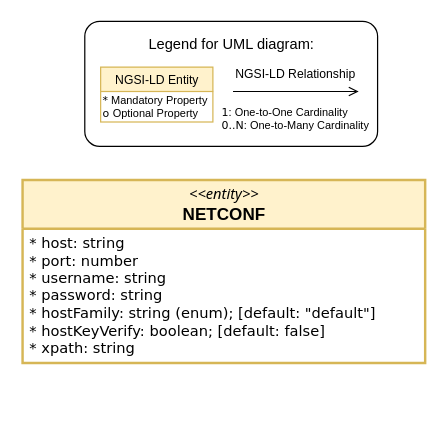
The draw.io diagram page "schema-netconf-client-virtualization" (4 of 33) of ngsi-ld/information-models/netconf-controller-information-models-and-data-integration-workflows.drawio in giros-dit/yang-to-ngsi-ld, before the edit. Source tidied: cells renumbered, new cells numbered last; positions are measured from the earlier drawing's top-left corner, leaving out a move shared by most shapes. Both pictures are drawn from the tidied source at 122%, with x=0, y=0 at pixel (22, 21).
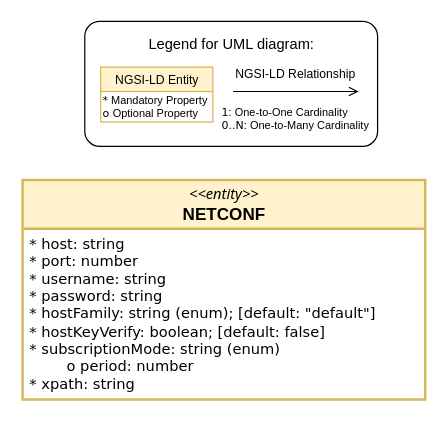
The same page after the edit.

The edit, as a diff of the source:
```diff
@@
 <mxGraphModel>
   <root>
     <mxCell id="0" />
     <mxCell id="1" parent="0" />
     <mxCell id="2" value="&lt;font style=&quot;font-size: 12px;&quot; face=&quot;Tahoma&quot;&gt;&amp;lt;&amp;lt;entity&amp;gt;&amp;gt;&lt;/font&gt;&lt;br&gt;&lt;span style=&quot;font-style: normal;&quot;&gt;&lt;b&gt;NETCONF&lt;/b&gt;&lt;/span&gt;" style="swimlane;horizontal=1;startSize=40;rounded=0;fontSize=14;fontStyle=2;strokeWidth=2;shadow=0;dashed=0;align=center;fillColor=#fff2cc;strokeColor=#d6b656;spacingBottom=2;arcSize=19;fixDash=0;backgroundOutline=0;enumerate=0;noLabel=0;html=1;" parent="1" vertex="1">
-      <mxGeometry y="130" width="330" height="150" as="geometry" />
+      <mxGeometry y="130" width="330" height="180" as="geometry" />
     </mxCell>
-    <mxCell id="3" value="* host: string&amp;nbsp;&lt;div&gt;* port: number&lt;/div&gt;&lt;div&gt;* username: string&amp;nbsp;&lt;/div&gt;&lt;div&gt;* password: string&amp;nbsp;&lt;/div&gt;&lt;div&gt;&lt;span style=&quot;background-color: initial;&quot;&gt;* hostFamily: string (enum); [default: &quot;default&quot;]&lt;/span&gt;&lt;br&gt;&lt;/div&gt;&lt;div&gt;&lt;div&gt;* hostKeyVerify: boolean; [default: false]&lt;/div&gt;&lt;/div&gt;&lt;div&gt;&lt;div&gt;* xpath: string&lt;/div&gt;&lt;div&gt;&lt;div&gt;&lt;/div&gt;&lt;/div&gt;&lt;/div&gt;" style="align=left;strokeColor=none;fillColor=none;spacingLeft=4;fontSize=12;verticalAlign=middle;spacingBottom=0;html=1;fontFamily=Verdana;spacing=2;horizontal=1;" parent="2" vertex="1">
-      <mxGeometry y="40" width="330" height="110" as="geometry" />
+    <mxCell id="3" value="* host: string&amp;nbsp;&lt;div&gt;* port: number&lt;/div&gt;&lt;div&gt;* username: string&amp;nbsp;&lt;/div&gt;&lt;div&gt;* password: string&amp;nbsp;&lt;/div&gt;&lt;div&gt;&lt;span style=&quot;background-color: initial;&quot;&gt;* hostFamily: string (enum); [default: &quot;default&quot;]&lt;/span&gt;&lt;br&gt;&lt;/div&gt;&lt;div&gt;&lt;div&gt;* hostKeyVerify: boolean; [default: false]&lt;/div&gt;&lt;/div&gt;&lt;div&gt;&lt;div&gt;&lt;span style=&quot;background-color: initial;&quot;&gt;* subscriptionMode: string (enum)&lt;/span&gt;&lt;/div&gt;&lt;div&gt;&lt;span style=&quot;background-color: initial;&quot;&gt;&lt;span style=&quot;white-space: pre;&quot;&gt;&#9;&lt;/span&gt;o period: number&lt;/span&gt;&lt;/div&gt;&lt;/div&gt;&lt;div&gt;&lt;div&gt;* xpath: string&lt;/div&gt;&lt;div&gt;&lt;div&gt;&lt;/div&gt;&lt;/div&gt;&lt;/div&gt;" style="align=left;strokeColor=none;fillColor=none;spacingLeft=4;fontSize=12;verticalAlign=middle;spacingBottom=0;html=1;fontFamily=Verdana;spacing=2;horizontal=1;" parent="2" vertex="1">
+      <mxGeometry y="40" width="330" height="140" as="geometry" />
     </mxCell>
     <mxCell id="4" style="rounded=1;whiteSpace=wrap;html=1;arcSize=12;" parent="1" vertex="1">
       <mxGeometry x="51" width="240" height="102.5" as="geometry" />
     </mxCell>
     <mxCell id="5" value="Legend for UML diagram:" style="text;html=1;align=center;verticalAlign=middle;whiteSpace=wrap;rounded=0;" parent="1" vertex="1">
       <mxGeometry x="93.5" y="4" width="155" height="30" as="geometry" />
     </mxCell>
     <mxCell id="6" value="&lt;font style=&quot;font-size: 10px;&quot;&gt;NGSI-LD Entity&lt;/font&gt;" style="swimlane;horizontal=1;startSize=38;rounded=0;fontSize=14;fontStyle=0;strokeWidth=1;shadow=0;dashed=0;align=center;fillColor=#fff2cc;strokeColor=#d6b656;spacingBottom=2;arcSize=19;fixDash=0;backgroundOutline=0;enumerate=0;noLabel=0;html=1;" parent="1" vertex="1">
       <mxGeometry x="64" y="37.5" width="92" height="20" as="geometry" />
     </mxCell>
     <mxCell id="7" value="&lt;div style=&quot;font-size: 11px;&quot;&gt;&lt;br&gt;&lt;/div&gt;" style="align=left;strokeColor=#d6b656;fillColor=#FFFFFF;spacingLeft=4;fontSize=12;verticalAlign=top;spacingBottom=0;html=1;fontFamily=Verdana;spacing=2;horizontal=1;" parent="1" vertex="1">
       <mxGeometry x="64" y="57.5" width="92" height="25" as="geometry" />
     </mxCell>
     <mxCell id="8" value="&lt;div style=&quot;text-align: left; font-size: 9px;&quot;&gt;&lt;font style=&quot;font-size: 9px;&quot;&gt;&lt;span style=&quot;background-color: initial; text-wrap: nowrap; font-family: Verdana;&quot;&gt;*&lt;/span&gt;&lt;span style=&quot;background-color: initial;&quot;&gt;&amp;nbsp;Mandatory Property&lt;/span&gt;&lt;/font&gt;&lt;/div&gt;&lt;div style=&quot;text-align: left; font-size: 9px;&quot;&gt;&lt;font style=&quot;font-size: 9px;&quot;&gt;&lt;span style=&quot;font-family: Verdana; text-wrap: nowrap; background-color: initial;&quot;&gt;&lt;font style=&quot;font-size: 9px;&quot;&gt;o&amp;nbsp;&lt;/font&gt;&lt;/span&gt;&lt;span style=&quot;background-color: initial;&quot;&gt;Optional Property&lt;/span&gt;&lt;/font&gt;&lt;br style=&quot;font-family: Verdana; text-align: left; text-wrap: nowrap; font-size: 5px;&quot;&gt;&lt;/div&gt;" style="text;html=1;align=center;verticalAlign=middle;whiteSpace=wrap;rounded=0;fontSize=5;" parent="1" vertex="1">
       <mxGeometry x="64" y="64.5" width="90" height="10" as="geometry" />
     </mxCell>
     <mxCell id="9" value="&lt;div style=&quot;text-align: left;&quot;&gt;&lt;span style=&quot;text-wrap: nowrap;&quot;&gt;&lt;font style=&quot;font-size: 10px;&quot; face=&quot;Helvetica&quot;&gt;NGSI-LD Relationship&lt;/font&gt;&lt;/span&gt;&lt;/div&gt;" style="text;html=1;align=center;verticalAlign=middle;whiteSpace=wrap;rounded=0;fontSize=5;" parent="1" vertex="1">
       <mxGeometry x="179" y="37.5" width="90" height="10" as="geometry" />
     </mxCell>
     <mxCell id="10" value="&lt;div style=&quot;text-align: left; font-size: 9px;&quot;&gt;&lt;font style=&quot;font-size: 9px;&quot;&gt;&lt;span style=&quot;background-color: initial;&quot;&gt;&lt;span style=&quot;text-wrap: nowrap;&quot;&gt;&lt;font style=&quot;font-size: 9px;&quot; face=&quot;Verdana&quot;&gt;1&lt;/font&gt;:&amp;nbsp;&lt;/span&gt;One-to-One Cardinality&lt;/span&gt;&lt;/font&gt;&lt;/div&gt;&lt;div style=&quot;text-align: left; font-size: 9px;&quot;&gt;&lt;font style=&quot;font-size: 9px;&quot;&gt;&lt;span style=&quot;text-wrap: nowrap; background-color: initial;&quot;&gt;&lt;font style=&quot;font-size: 9px;&quot;&gt;&lt;font style=&quot;font-size: 9px;&quot; face=&quot;Verdana&quot;&gt;0..N&lt;/font&gt;: One-to-Many Cardinality&lt;/font&gt;&lt;/span&gt;&lt;/font&gt;&lt;br style=&quot;font-family: Verdana; text-align: left; text-wrap: nowrap; font-size: 5px;&quot;&gt;&lt;/div&gt;" style="text;html=1;align=center;verticalAlign=middle;whiteSpace=wrap;rounded=0;fontSize=5;" parent="1" vertex="1">
       <mxGeometry x="169" y="64.5" width="110" height="30" as="geometry" />
     </mxCell>
     <mxCell id="11" style="endArrow=open;html=1;rounded=0;endFill=0;" parent="1" edge="1">
       <mxGeometry relative="1" as="geometry">
         <mxPoint x="172.5" y="57.5" as="sourcePoint" />
         <mxPoint x="275.5" y="57.5" as="targetPoint" />
       </mxGeometry>
     </mxCell>
   </root>
 </mxGraphModel>
```
